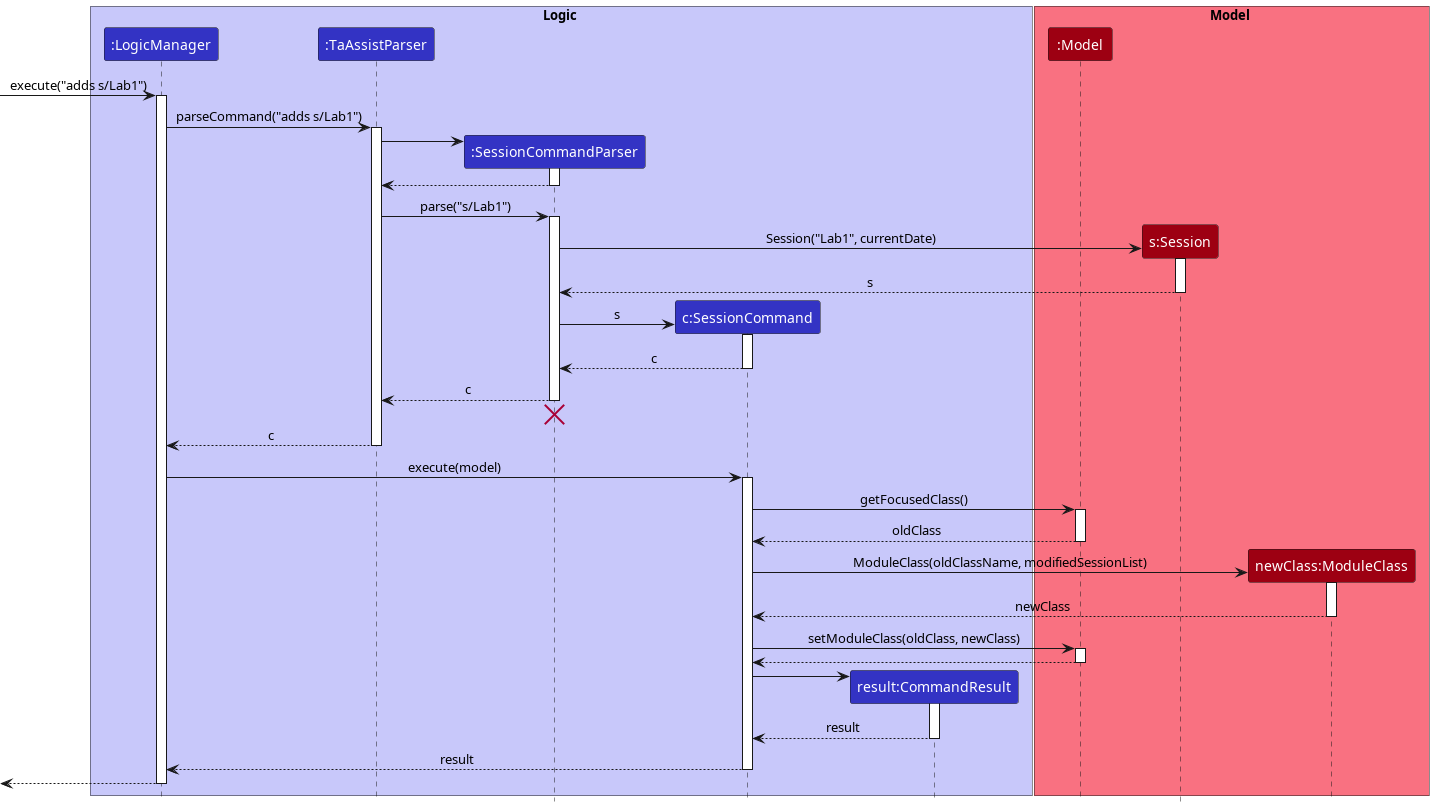
Earlier version of the PlantUML export docs/images/AddsCommandSequenceDiagram.png (nus-cs2103-AY2223S1/tp).
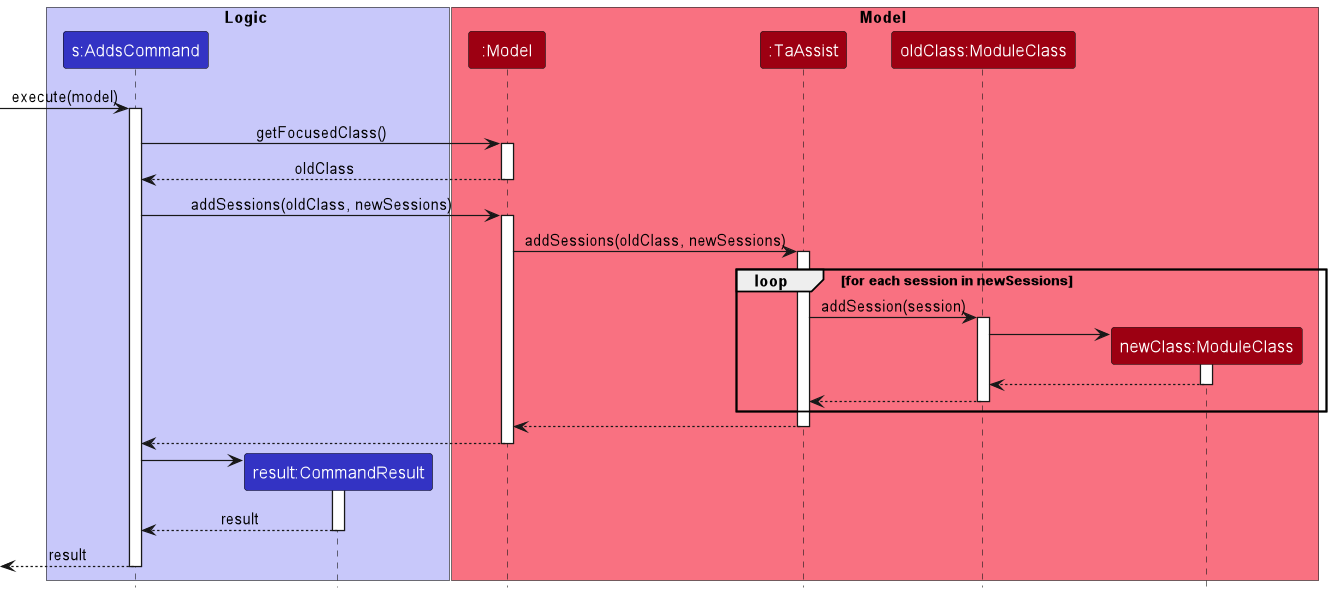
After the change.

Diff of the diagram source:
```diff
@@ -2,90 +2,61 @@
 !include style.puml
 
 box Logic LOGIC_COLOR_T1
-participant ":LogicManager" as LogicManager LOGIC_COLOR
-participant ":TaAssistParser" as TaAssistParser LOGIC_COLOR
-participant ":SessionCommandParser" as SessionCommandParser LOGIC_COLOR
-participant "c:SessionCommand" as SessionCommand LOGIC_COLOR
+participant "s:AddsCommand" as AddsCommand LOGIC_COLOR
 participant "result:CommandResult" as CommandResult LOGIC_COLOR
 
 end box
 
 box Model MODEL_COLOR_T1
 participant ":Model" as Model MODEL_COLOR
-participant "s:Session" as Session MODEL_COLOR
-participant "newClass:ModuleClass" as ModuleClass MODEL_COLOR
+participant ":TaAssist" as TaAssist MODEL_COLOR
+participant "oldClass:ModuleClass" as ModuleClass MODEL_COLOR
+participant "newClass:ModuleClass" as NewModuleClass MODEL_COLOR
 end box
 
-[-> LogicManager : execute("adds s/Lab1")
-activate LogicManager
+[-> AddsCommand : execute(model)
+activate AddsCommand
 
-LogicManager -> TaAssistParser : parseCommand("adds s/Lab1")
-activate TaAssistParser
-
-create SessionCommandParser
-TaAssistParser -> SessionCommandParser
-activate SessionCommandParser
-
-SessionCommandParser --> TaAssistParser
-deactivate SessionCommandParser
-
-TaAssistParser -> SessionCommandParser: parse("s/Lab1")
-activate SessionCommandParser
-
-
-create Session
-SessionCommandParser -> Session: Session("Lab1", currentDate)
-activate Session
-
-Session --> SessionCommandParser: s
-deactivate Session
-
-create SessionCommand
-SessionCommandParser -> SessionCommand: s
-activate SessionCommand
-
-SessionCommand --> SessionCommandParser: c
-deactivate SessionCommand
-
-SessionCommandParser --> TaAssistParser: c
-deactivate SessionCommandParser
-
-SessionCommandParser -[hidden]-> TaAssistParser
-destroy SessionCommandParser
-
-TaAssistParser --> LogicManager: c
-deactivate TaAssistParser
-
-LogicManager -> SessionCommand: execute(model)
-activate SessionCommand
-
-SessionCommand -> Model: getFocusedClass()
+AddsCommand -> Model: getFocusedClass()
 activate Model
-Model --> SessionCommand: oldClass
+Model --> AddsCommand: oldClass
 deactivate Model
 
-create ModuleClass
-SessionCommand -> ModuleClass: ModuleClass(oldClassName, modifiedSessionList)
-activate ModuleClass
-ModuleClass --> SessionCommand: newClass
-deactivate ModuleClass
+AddsCommand -> Model: addSessions(oldClass, newSessions)
+activate Model
 
-SessionCommand -> Model: setModuleClass(oldClass, newClass)
-activate Model
-Model --> SessionCommand
+Model -> TaAssist: addSessions(oldClass, newSessions)
+activate TaAssist
+
+loop for each session in newSessions
+    TaAssist -> ModuleClass: addSession(session)
+    activate ModuleClass
+
+    create NewModuleClass
+    ModuleClass -> NewModuleClass
+    activate NewModuleClass
+
+    NewModuleClass --> ModuleClass
+    deactivate NewModuleClass
+
+    ModuleClass --> TaAssist
+    deactivate ModuleClass
+end
+
+TaAssist --> Model
+deactivate TaAssist
+
+Model --> AddsCommand
 deactivate Model
 
 create CommandResult
-SessionCommand -> CommandResult
+AddsCommand -> CommandResult
 activate CommandResult
 
-CommandResult --> SessionCommand: result
+CommandResult --> AddsCommand: result
 deactivate CommandResult
 
-SessionCommand --> LogicManager: result
-deactivate SessionCommand
-
-LogicManager -->[
-deactivate LogicManager
+AddsCommand -->[: result
+deactivate AddsCommand
 
 @enduml
```
